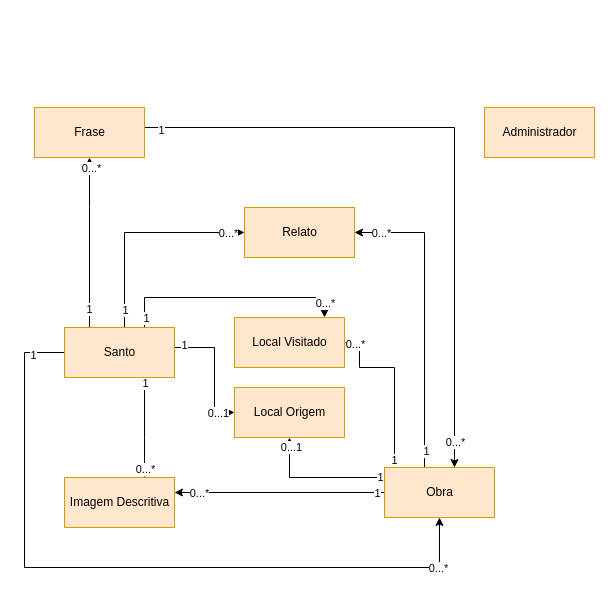
The draw.io diagram page "Conceptual Model" (1 of 2) of Documentation/Untitled Diagram.drawio in the-catholics/Saints-API, before the edit. Source tidied: cells renumbered, new cells numbered last; positions are measured from the earlier drawing's top-left corner, leaving out a move shared by most shapes. Both pictures are drawn from the tidied source at 100%, with x=0, y=0 at pixel (24, 107).
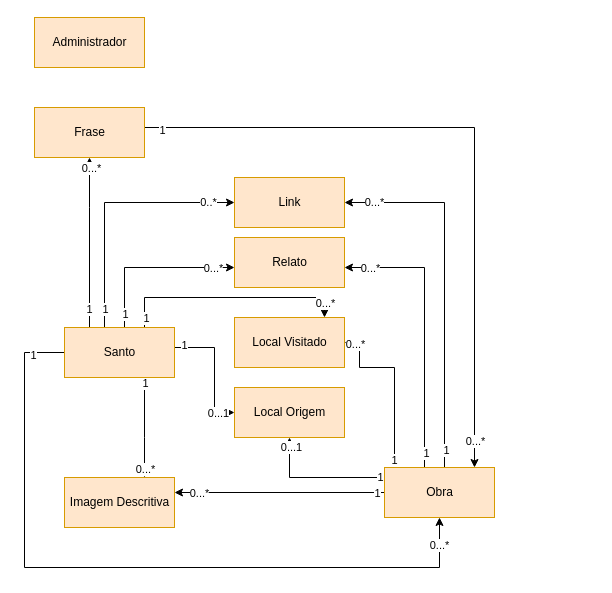
Above is the later version.

Unchanged cells that the change refers to:
```xml
<mxCell id="2" style="edgeStyle=orthogonalEdgeStyle;rounded=0;jettySize=auto;html=1;" parent="1" edge="1" source="20" target="33">
  <mxGeometry relative="1" as="geometry">
    <Array as="points">
      <mxPoint y="245" />
      <mxPoint y="460" />
      <mxPoint x="415" y="460" />
    </Array>
  </mxGeometry>
</mxCell>
<mxCell id="20" value="Santo" style="html=1;fillColor=#ffe6cc;strokeColor=#d79b00;" parent="1" vertex="1">
  <mxGeometry x="40" y="220" width="110" height="50" as="geometry" />
</mxCell>
<mxCell id="33" value="Obra" style="html=1;fillColor=#ffe6cc;strokeColor=#d79b00;" parent="1" vertex="1">
  <mxGeometry x="360" y="360" width="110" height="50" as="geometry" />
</mxCell>
<mxCell id="38" value="Frase" style="html=1;fillColor=#ffe6cc;strokeColor=#d79b00;" parent="1" vertex="1">
  <mxGeometry x="10" width="110" height="50" as="geometry" />
</mxCell>
```

Change to the diagram source:
```diff
@@
     <mxCell id="3" value="0...*" style="edgeLabel;html=1;align=center;verticalAlign=middle;" parent="2" vertex="1">
-      <mxGeometry x="0.86" y="2" relative="1" as="geometry" />
+      <mxGeometry x="0.86" y="2" relative="1" as="geometry">
+        <mxPoint x="1" y="-23" as="offset" />
+      </mxGeometry>
     </mxCell>
@@
     <mxCell id="17" style="edgeStyle=orthogonalEdgeStyle;rounded=0;jettySize=auto;html=1;" parent="1" edge="1" source="20" target="42">
       <mxGeometry relative="1" as="geometry">
         <Array as="points">
-          <mxPoint x="100" y="125" />
+          <mxPoint x="100" y="160" />
         </Array>
       </mxGeometry>
     </mxCell>
@@
     <mxCell id="19" value="0...*" style="edgeLabel;html=1;align=center;verticalAlign=middle;" parent="17" vertex="1">
-      <mxGeometry x="0.84" relative="1" as="geometry" />
+      <mxGeometry x="0.84" relative="1" as="geometry">
+        <mxPoint x="-8" as="offset" />
+      </mxGeometry>
     </mxCell>
+    <mxCell id="43" style="edgeStyle=orthogonalEdgeStyle;rounded=0;jettySize=auto;html=1;" parent="1" edge="1" source="20" target="49">
+      <mxGeometry relative="1" as="geometry">
+        <Array as="points">
+          <mxPoint x="80" y="95" />
+        </Array>
+      </mxGeometry>
+    </mxCell>
+    <mxCell id="44" value="1" style="edgeLabel;html=1;align=center;verticalAlign=middle;" parent="43" vertex="1">
+      <mxGeometry x="-0.85" relative="1" as="geometry" />
+    </mxCell>
+    <mxCell id="45" value="0..*" style="edgeLabel;html=1;align=center;verticalAlign=middle;" parent="43" vertex="1">
+      <mxGeometry x="0.79" y="1" relative="1" as="geometry" />
+    </mxCell>
@@
     <mxCell id="30" style="edgeStyle=orthogonalEdgeStyle;rounded=0;jettySize=auto;html=1;" parent="1" edge="1" source="33" target="42">
       <mxGeometry relative="1" as="geometry">
         <Array as="points">
-          <mxPoint x="400" y="125" />
+          <mxPoint x="400" y="160" />
         </Array>
       </mxGeometry>
     </mxCell>
@@
+    <mxCell id="46" style="edgeStyle=orthogonalEdgeStyle;rounded=0;jettySize=auto;html=1;" parent="1" edge="1" source="33" target="49">
+      <mxGeometry relative="1" as="geometry">
+        <Array as="points">
+          <mxPoint x="420" y="95" />
+        </Array>
+      </mxGeometry>
+    </mxCell>
+    <mxCell id="47" value="1" style="edgeLabel;html=1;align=center;verticalAlign=middle;" parent="46" vertex="1">
+      <mxGeometry x="-0.9" y="-1" relative="1" as="geometry" />
+    </mxCell>
+    <mxCell id="48" value="0...*" style="edgeLabel;html=1;align=center;verticalAlign=middle;" parent="46" vertex="1">
+      <mxGeometry x="0.88" y="2" relative="1" as="geometry">
+        <mxPoint x="7" y="-3" as="offset" />
+      </mxGeometry>
+    </mxCell>
@@
     <mxCell id="35" style="edgeStyle=orthogonalEdgeStyle;rounded=0;jettySize=auto;html=1;" parent="1" edge="1" source="38" target="33">
       <mxGeometry relative="1" as="geometry">
         <Array as="points">
-          <mxPoint x="430" y="20" />
+          <mxPoint x="450" y="20" />
         </Array>
       </mxGeometry>
     </mxCell>
@@
     <mxCell id="39" value="Administrador" style="html=1;fillColor=#ffe6cc;strokeColor=#d79b00;" parent="1" vertex="1">
-      <mxGeometry x="460" width="110" height="50" as="geometry" />
+      <mxGeometry x="10" y="-90" width="110" height="50" as="geometry" />
     </mxCell>
@@
     <mxCell id="42" value="Relato" style="html=1;fillColor=#ffe6cc;strokeColor=#d79b00;" parent="1" vertex="1">
-      <mxGeometry x="220" y="100" width="110" height="50" as="geometry" />
+      <mxGeometry x="210" y="130" width="110" height="50" as="geometry" />
     </mxCell>
+    <mxCell id="49" value="Link" style="html=1;fillColor=#ffe6cc;strokeColor=#d79b00;" parent="1" vertex="1">
+      <mxGeometry x="210" y="70" width="110" height="50" as="geometry" />
+    </mxCell>
```
